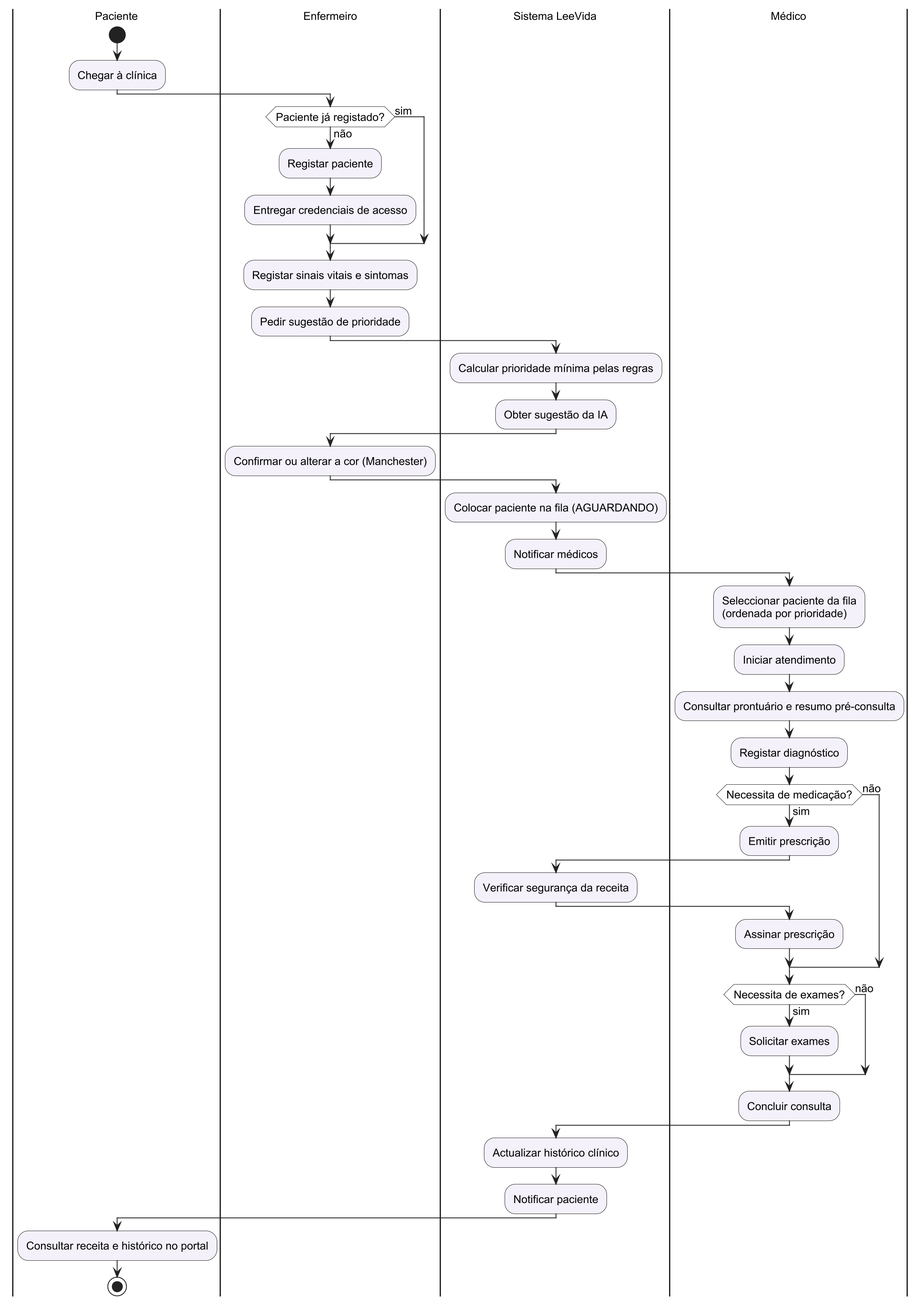
Before: artefactos/uml/imagens/05-actividades-atendimento.png, a diagram exported from PlantUML (Nancylee4/leevida-tcc).
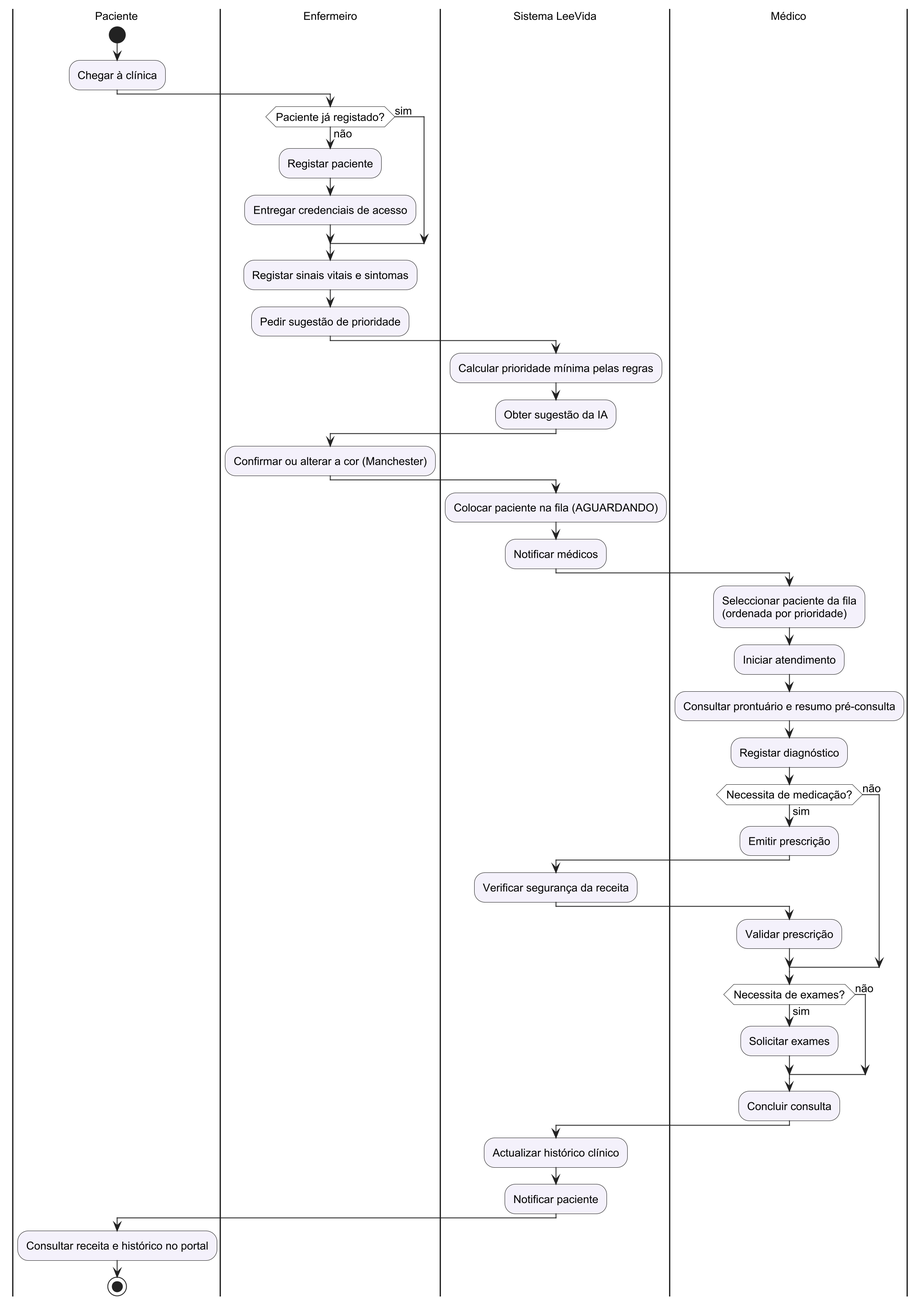
Above is the later version.

The edit, as a diff of the source:
```diff
@@ -31,7 +31,7 @@
   |Sistema LeeVida|
   :Verificar segurança da receita;
   |Médico|
-  :Assinar prescrição;
+  :Validar prescrição;
 else (não)
 endif
 if (Necessita de exames?) then (sim)
```
